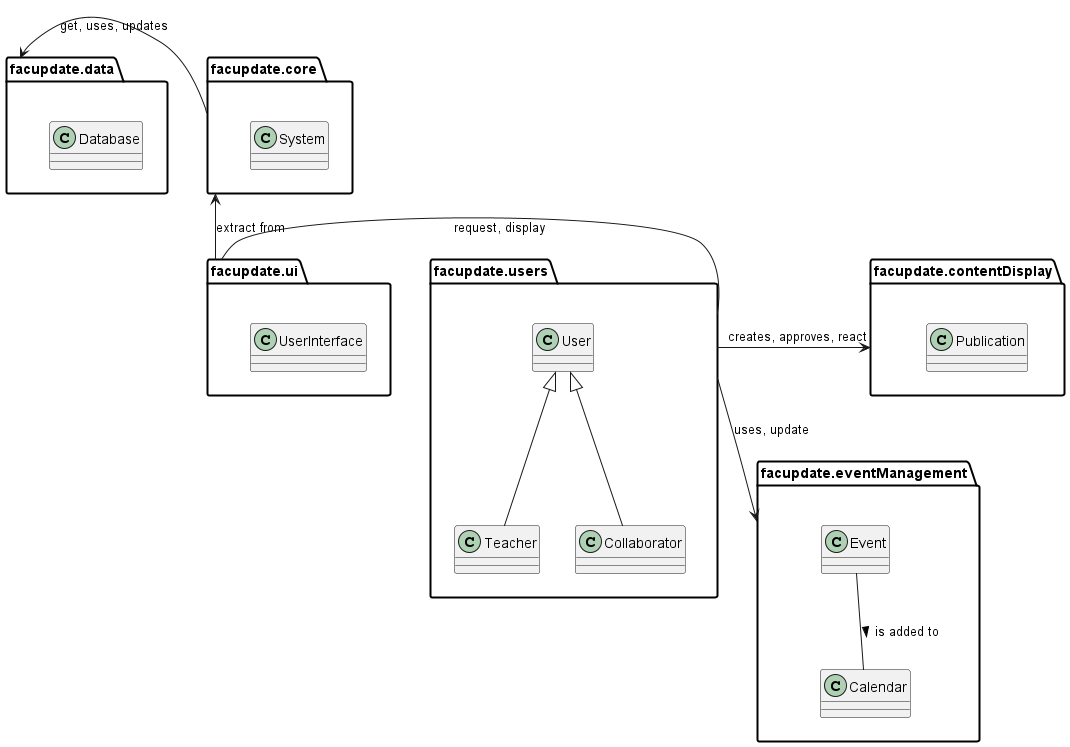
Danfloca02/ProyectoFacUpdate keeps this PlantUML diagram as docs/logicalView/analysisView/packageAnalysis/packageDiagram/package_diagram.png. Above is the earlier version. Source of this version:
```plantuml
@startuml package_diagram

skinparam FontSize 14
skinparam PackageBorderThickness 2

package "facupdate.users" as users {
    class User
    class Teacher
    class Collaborator
}

package "facupdate.core" as core {
    class System
}

package "facupdate.data" as data {
    class Database
}

package "facupdate.ui" as ui {
    class UserInterface
}

package "facupdate.contentDisplay" as content {
    class Publication
}

package "facupdate.eventManagement" as calendar {
    class Calendar
    class Event
}

core <-down- ui : extract from
core -left-> data : get, uses, updates
users -right- ui : request, display
users -left-> content : creates, approves, react
users --> calendar : uses, update

User <|-- Teacher
User <|-- Collaborator
Event -- Calendar : is added to >

@enduml
```
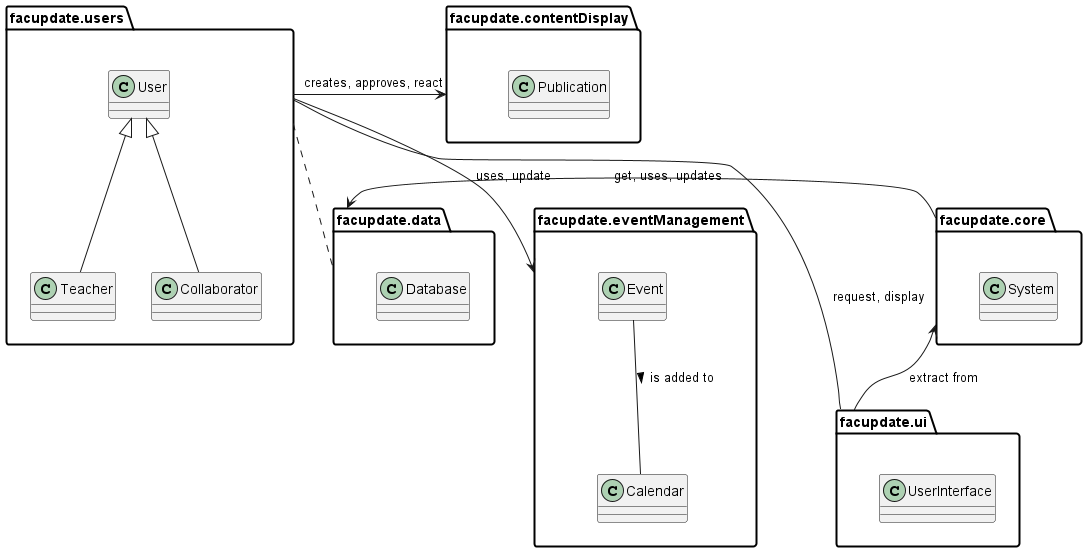
Later version of the same file.

Commit message:
Carga del diagrama de clases y de Paquetes

Diff of the diagram source:
```diff
@@ -32,9 +32,10 @@
 
 core <-down- ui : extract from
 core -left-> data : get, uses, updates
+users .. data
+users --> calendar : uses, update
 users -right- ui : request, display
 users -left-> content : creates, approves, react
-users --> calendar : uses, update
 
 User <|-- Teacher
 User <|-- Collaborator
```
